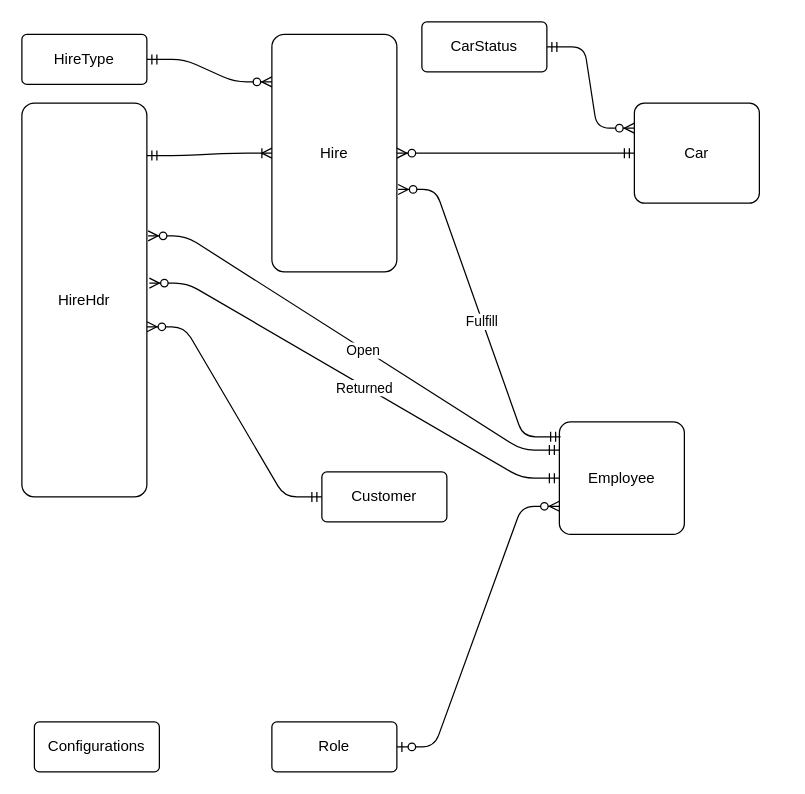
Before: LSO/CarRental.drawio in CohortOne/SummativeProject, a draw.io diagram. Source tidied: cells renumbered, new cells numbered last; positions are measured from the earlier drawing's top-left corner, leaving out a move shared by most shapes. Both pictures are drawn from the tidied source at 125%, with x=0, y=0 at pixel (21, 21).
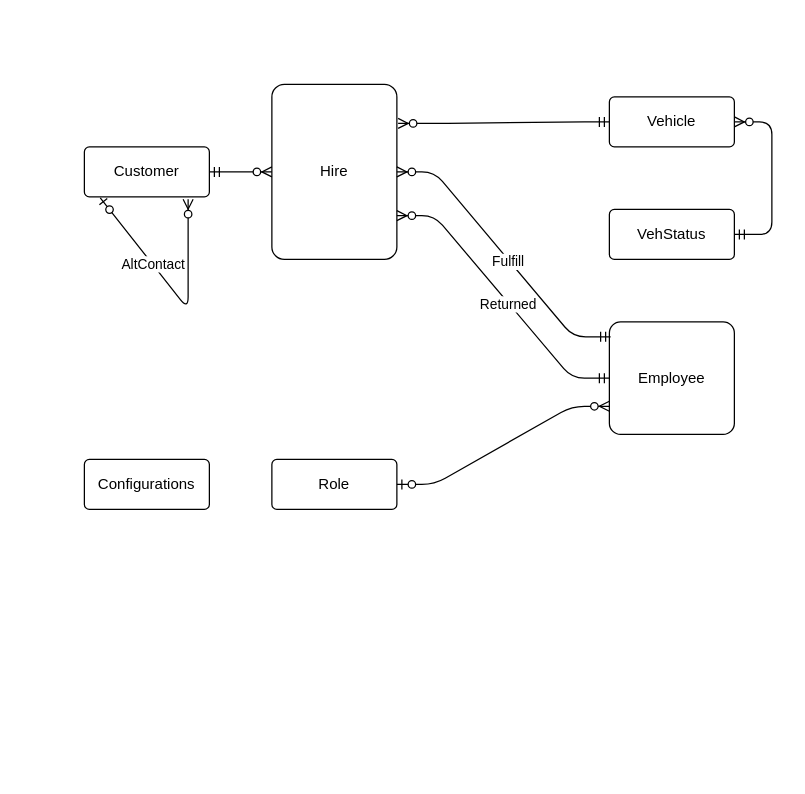
The same page after the edit.

Change to the diagram source:
```diff
@@
     <mxCell id="2" value="Role" style="rounded=1;arcSize=10;whiteSpace=wrap;html=1;align=center;" parent="1" vertex="1">
-      <mxGeometry x="200" y="560" width="100" height="40" as="geometry" />
+      <mxGeometry x="200" y="350" width="100" height="40" as="geometry" />
     </mxCell>
     <mxCell id="3" value="Employee" style="rounded=1;arcSize=10;whiteSpace=wrap;html=1;align=center;" parent="1" vertex="1">
-      <mxGeometry x="430" y="320" width="100" height="90" as="geometry" />
+      <mxGeometry x="470" y="240" width="100" height="90" as="geometry" />
     </mxCell>
@@
-    <mxCell id="5" value="CarStatus" style="rounded=1;arcSize=10;whiteSpace=wrap;html=1;align=center;" parent="1" vertex="1">
-      <mxGeometry x="320" width="100" height="40" as="geometry" />
+    <mxCell id="5" value="VehStatus" style="rounded=1;arcSize=10;whiteSpace=wrap;html=1;align=center;" parent="1" vertex="1">
+      <mxGeometry x="470" y="150" width="100" height="40" as="geometry" />
     </mxCell>
-    <mxCell id="6" value="Car" style="rounded=1;arcSize=10;whiteSpace=wrap;html=1;align=center;" parent="1" vertex="1">
-      <mxGeometry x="490" y="65" width="100" height="80" as="geometry" />
+    <mxCell id="6" value="Vehicle" style="rounded=1;arcSize=10;whiteSpace=wrap;html=1;align=center;" parent="1" vertex="1">
+      <mxGeometry x="470" y="60" width="100" height="40" as="geometry" />
     </mxCell>
-    <mxCell id="7" style="edgeStyle=entityRelationEdgeStyle;fontSize=12;html=1;endArrow=ERzeroToMany;startArrow=ERmandOne;exitX=1;exitY=0.5;exitDx=0;exitDy=0;entryX=0;entryY=0.25;entryDx=0;entryDy=0;" parent="1" edge="1" source="5" target="6">
+    <mxCell id="7" style="edgeStyle=entityRelationEdgeStyle;fontSize=12;html=1;endArrow=ERzeroToMany;startArrow=ERmandOne;exitX=1;exitY=0.5;exitDx=0;exitDy=0;" parent="1" edge="1" source="5" target="6">
       <mxGeometry relative="1" as="geometry" />
     </mxCell>
     <mxCell id="8" value="Customer" style="rounded=1;arcSize=10;whiteSpace=wrap;html=1;align=center;" parent="1" vertex="1">
-      <mxGeometry x="240" y="360" width="100" height="40" as="geometry" />
+      <mxGeometry x="50" y="100" width="100" height="40" as="geometry" />
     </mxCell>
     <mxCell id="9" value="Hire" style="rounded=1;arcSize=10;whiteSpace=wrap;html=1;align=center;" parent="1" vertex="1">
-      <mxGeometry x="200" y="10" width="100" height="190" as="geometry" />
+      <mxGeometry x="200" y="50" width="100" height="140" as="geometry" />
     </mxCell>
-    <mxCell id="10" style="edgeStyle=entityRelationEdgeStyle;fontSize=12;html=1;endArrow=ERzeroToMany;startArrow=ERmandOne;exitX=0;exitY=0.5;exitDx=0;exitDy=0;entryX=1;entryY=0.568;entryDx=0;entryDy=0;entryPerimeter=0;" parent="1" edge="1" source="8" target="16">
+    <mxCell id="10" style="edgeStyle=entityRelationEdgeStyle;fontSize=12;html=1;endArrow=ERzeroToMany;startArrow=ERmandOne;exitX=1;exitY=0.5;exitDx=0;exitDy=0;entryX=0;entryY=0.5;entryDx=0;entryDy=0;" parent="1" edge="1" source="8" target="9">
       <mxGeometry relative="1" as="geometry" />
     </mxCell>
-    <mxCell id="11" style="edgeStyle=entityRelationEdgeStyle;fontSize=12;html=1;endArrow=ERzeroToMany;startArrow=ERmandOne;anchorPointDirection=1;entryX=1.01;entryY=0.653;entryDx=0;entryDy=0;entryPerimeter=0;exitX=0.01;exitY=0.133;exitDx=0;exitDy=0;exitPerimeter=0;" parent="1" edge="1" source="3" target="9">
+    <mxCell id="11" style="edgeStyle=entityRelationEdgeStyle;fontSize=12;html=1;endArrow=ERzeroToMany;startArrow=ERmandOne;anchorPointDirection=1;entryX=1;entryY=0.5;entryDx=0;entryDy=0;exitX=0.01;exitY=0.133;exitDx=0;exitDy=0;exitPerimeter=0;" parent="1" edge="1" source="3" target="9">
       <mxGeometry relative="1" as="geometry" />
     </mxCell>
@@
-    <mxCell id="13" style="edgeStyle=entityRelationEdgeStyle;fontSize=12;html=1;endArrow=ERzeroToMany;startArrow=ERmandOne;anchorPointDirection=1;exitX=0;exitY=0.5;exitDx=0;exitDy=0;" parent="1" edge="1" source="6" target="9">
+    <mxCell id="13" style="edgeStyle=entityRelationEdgeStyle;fontSize=12;html=1;endArrow=ERzeroToMany;startArrow=ERmandOne;anchorPointDirection=1;exitX=0;exitY=0.5;exitDx=0;exitDy=0;entryX=1.01;entryY=0.223;entryDx=0;entryDy=0;entryPerimeter=0;" parent="1" edge="1" source="6" target="9">
       <mxGeometry relative="1" as="geometry" />
     </mxCell>
-    <mxCell id="14" style="edgeStyle=entityRelationEdgeStyle;fontSize=12;html=1;endArrow=ERzeroToMany;startArrow=ERmandOne;anchorPointDirection=1;entryX=1.02;entryY=0.457;entryDx=0;entryDy=0;entryPerimeter=0;" parent="1" edge="1" source="3" target="16">
+    <mxCell id="14" style="edgeStyle=entityRelationEdgeStyle;fontSize=12;html=1;endArrow=ERzeroToMany;startArrow=ERmandOne;anchorPointDirection=1;entryX=1;entryY=0.75;entryDx=0;entryDy=0;" parent="1" edge="1" source="3" target="9">
       <mxGeometry relative="1" as="geometry" />
     </mxCell>
@@
-    <mxCell id="16" value="HireHdr" style="rounded=1;arcSize=10;whiteSpace=wrap;html=1;align=center;" parent="1" vertex="1">
-      <mxGeometry y="65" width="100" height="315" as="geometry" />
-    </mxCell>
-    <mxCell id="17" style="edgeStyle=entityRelationEdgeStyle;fontSize=12;html=1;endArrow=ERoneToMany;startArrow=ERmandOne;entryX=0;entryY=0.5;entryDx=0;entryDy=0;exitX=1;exitY=0.133;exitDx=0;exitDy=0;exitPerimeter=0;" parent="1" edge="1" source="16" target="9">
-      <mxGeometry relative="1" as="geometry" />
-    </mxCell>
-    <mxCell id="18" value="HireType" style="rounded=1;arcSize=10;whiteSpace=wrap;html=1;align=center;" parent="1" vertex="1">
-      <mxGeometry y="10" width="100" height="40" as="geometry" />
-    </mxCell>
-    <mxCell id="19" style="edgeStyle=entityRelationEdgeStyle;fontSize=12;html=1;endArrow=ERzeroToMany;startArrow=ERmandOne;exitX=1;exitY=0.5;exitDx=0;exitDy=0;" parent="1" edge="1" source="18">
-      <mxGeometry relative="1" as="geometry">
-        <mxPoint x="200" y="48" as="targetPoint" />
-      </mxGeometry>
-    </mxCell>
-    <mxCell id="20" style="edgeStyle=entityRelationEdgeStyle;fontSize=12;html=1;endArrow=ERzeroToMany;startArrow=ERmandOne;anchorPointDirection=4;entryX=1.01;entryY=0.337;entryDx=0;entryDy=0;entryPerimeter=0;exitX=0;exitY=0.25;exitDx=0;exitDy=0;" parent="1" edge="1" source="3" target="16">
-      <mxGeometry relative="1" as="geometry" />
-    </mxCell>
-    <mxCell id="21" value="Open" style="edgeLabel;html=1;align=center;verticalAlign=middle;" parent="20" vertex="1">
-      <mxGeometry x="-0.05" y="1" relative="1" as="geometry" />
-    </mxCell>
     <mxCell id="22" value="Configurations" style="rounded=1;arcSize=10;whiteSpace=wrap;html=1;align=center;" parent="1" vertex="1">
-      <mxGeometry x="10" y="560" width="100" height="40" as="geometry" />
+      <mxGeometry x="50" y="350" width="100" height="40" as="geometry" />
     </mxCell>
+    <mxCell id="23" style="edgeStyle=entityRelationEdgeStyle;fontSize=12;html=1;endArrow=ERzeroToMany;startArrow=ERzeroToOne;entryX=0.83;entryY=1.046;entryDx=0;entryDy=0;exitX=0.127;exitY=1.018;exitDx=0;exitDy=0;exitPerimeter=0;entryPerimeter=0;" parent="1" edge="1" source="8" target="8">
+      <mxGeometry relative="1" as="geometry">
+        <Array as="points">
+          <mxPoint x="133" y="230" />
+        </Array>
+      </mxGeometry>
+    </mxCell>
+    <mxCell id="24" value="AltContact" style="edgeLabel;html=1;align=center;verticalAlign=middle;" parent="23" vertex="1">
+      <mxGeometry x="-0.34" relative="1" as="geometry" />
+    </mxCell>
```
